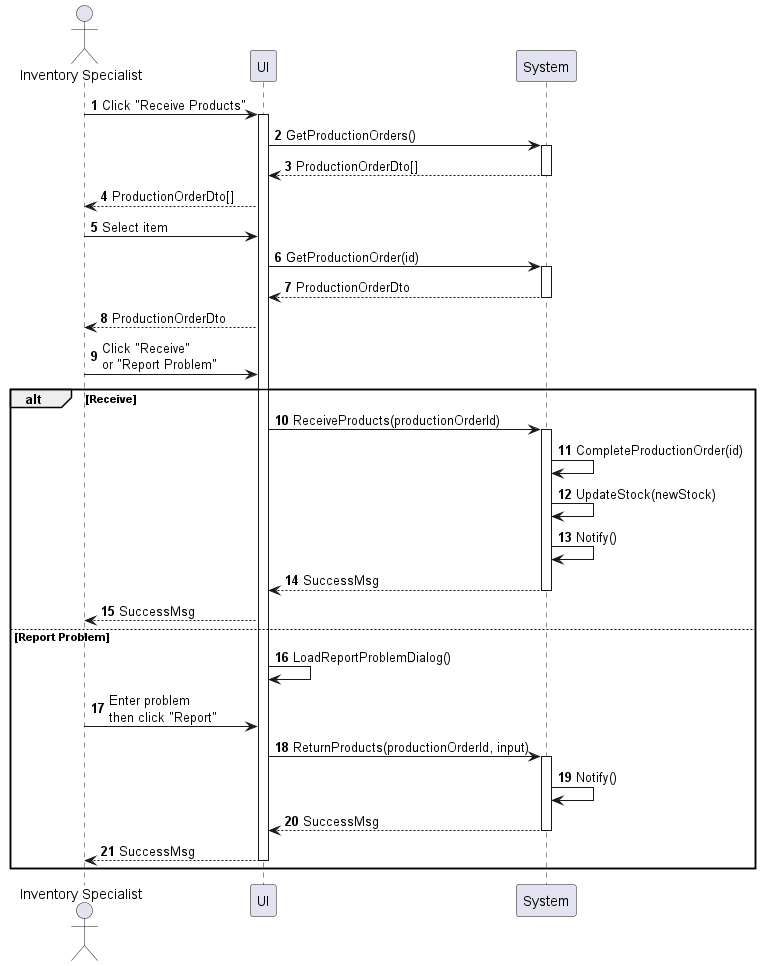
Earlier version of the PlantUML export sequences/inventory-product-receive.png (phihungha/scmss-reqs).
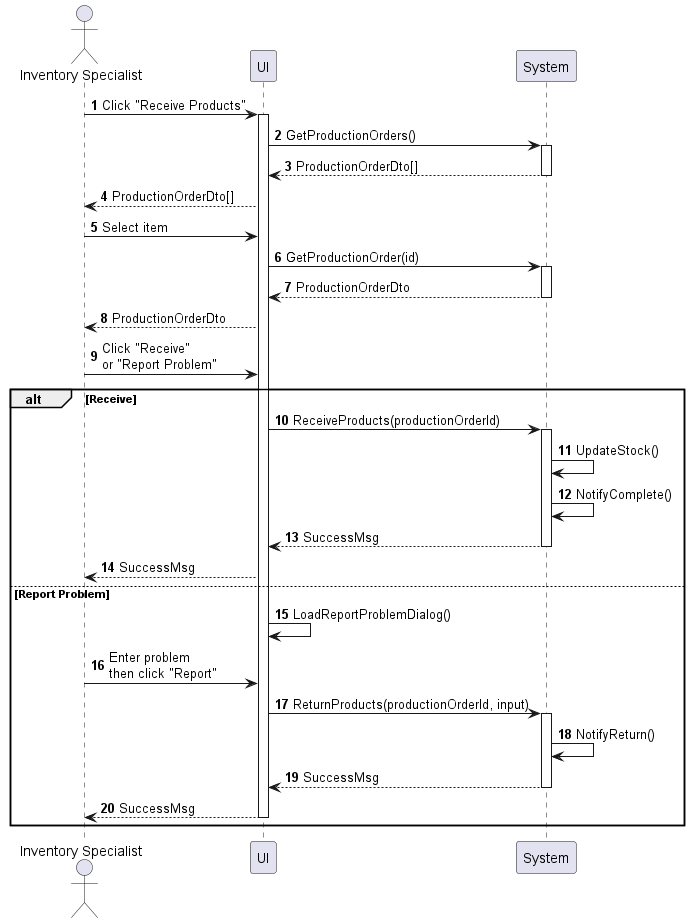
Later version of the same file.

What changed in the source:
```diff
@@ -21,9 +21,8 @@
 alt Receive
     f -> b : ReceiveProducts(productionOrderId)
     activate b
-    b -> b : CompleteProductionOrder(id)
-    b -> b : UpdateStock(newStock)
-    b -> b : Notify()
+    b -> b : UpdateStock()
+    b -> b : NotifyComplete()
     return SuccessMsg
     f --> a : SuccessMsg
 else Report Problem
@@ -31,7 +30,7 @@
     a -> f : Enter problem\nthen click "Report"
     f -> b : ReturnProducts(productionOrderId, input)
     activate b
-    b -> b : Notify()
+    b -> b : NotifyReturn()
     return SuccessMsg
     f --> a : SuccessMsg
     deactivate f
```
